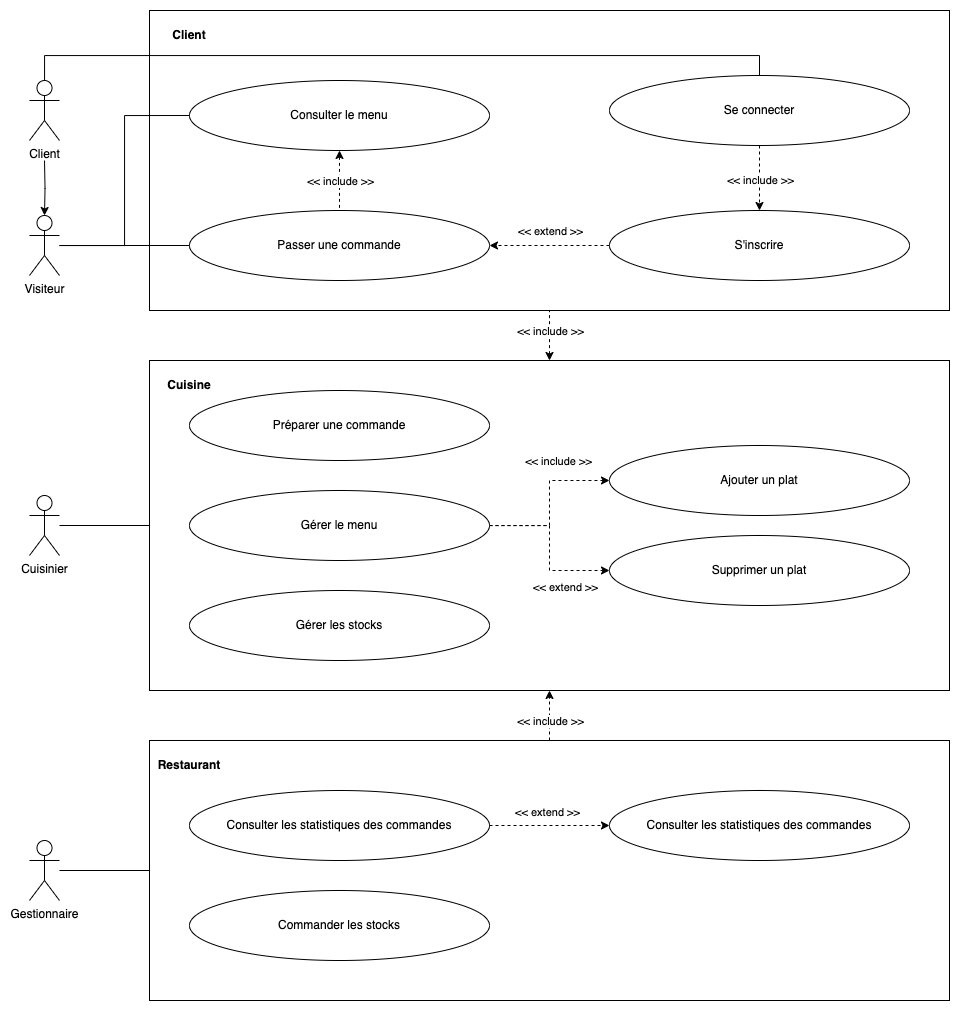
Above: Semaine 1 - UML/images/02-example.png in nicolasvauchenet/cours_methodologie (draw.io), before the change. Source tidied: cells renumbered, new cells last; positions are measured from the earlier drawing's top-left corner, leaving out a move shared by most shapes. Its diagram source:
```xml
<mxGraphModel>
  <root>
    <mxCell id="0" />
    <mxCell id="1" parent="0" />
    <mxCell id="2" style="edgeStyle=orthogonalEdgeStyle;rounded=0;jettySize=auto;html=1;exitX=0.5;exitY=0;exitDx=0;exitDy=0;entryX=0.5;entryY=1;entryDx=0;entryDy=0;dashed=1;" parent="1" edge="1" source="3" target="5">
      <mxGeometry relative="1" as="geometry" />
    </mxCell>
    <mxCell id="3" style="rounded=0;whiteSpace=wrap;html=1;" parent="1" vertex="1">
      <mxGeometry x="120" y="730" width="800" height="260" as="geometry" />
    </mxCell>
    <mxCell id="4" style="edgeStyle=orthogonalEdgeStyle;rounded=0;jettySize=auto;html=1;exitX=0.5;exitY=0;exitDx=0;exitDy=0;entryX=0.5;entryY=1;entryDx=0;entryDy=0;dashed=1;startArrow=classic;startFill=1;endArrow=none;endFill=0;" parent="1" edge="1" source="5" target="6">
      <mxGeometry relative="1" as="geometry" />
    </mxCell>
    <mxCell id="5" style="rounded=0;whiteSpace=wrap;html=1;" parent="1" vertex="1">
      <mxGeometry x="120" y="350" width="800" height="330" as="geometry" />
    </mxCell>
    <mxCell id="6" style="rounded=0;whiteSpace=wrap;html=1;" parent="1" vertex="1">
      <mxGeometry x="120" width="800" height="300" as="geometry" />
    </mxCell>
    <mxCell id="7" style="edgeStyle=orthogonalEdgeStyle;rounded=0;jettySize=auto;html=1;entryX=0;entryY=0.5;entryDx=0;entryDy=0;endArrow=none;endFill=0;" parent="1" edge="1" source="8" target="3">
      <mxGeometry relative="1" as="geometry" />
    </mxCell>
    <mxCell id="8" value="Gestionnaire" style="shape=umlActor;verticalLabelPosition=bottom;verticalAlign=top;html=1;outlineConnect=0;" parent="1" vertex="1">
      <mxGeometry y="830" width="30" height="60" as="geometry" />
    </mxCell>
    <mxCell id="9" style="edgeStyle=orthogonalEdgeStyle;rounded=0;jettySize=auto;html=1;entryX=0;entryY=0.5;entryDx=0;entryDy=0;endArrow=none;endFill=0;" parent="1" edge="1" source="10" target="5">
      <mxGeometry relative="1" as="geometry" />
    </mxCell>
    <mxCell id="10" value="Cuisinier" style="shape=umlActor;verticalLabelPosition=bottom;verticalAlign=top;html=1;outlineConnect=0;" parent="1" vertex="1">
      <mxGeometry y="485" width="30" height="60" as="geometry" />
    </mxCell>
    <mxCell id="11" style="edgeStyle=orthogonalEdgeStyle;rounded=0;jettySize=auto;html=1;entryX=0.5;entryY=0;entryDx=0;entryDy=0;endArrow=none;endFill=0;" parent="1" edge="1" source="12" target="45">
      <mxGeometry relative="1" as="geometry">
        <Array as="points">
          <mxPoint x="15" y="45" />
          <mxPoint x="730" y="45" />
        </Array>
      </mxGeometry>
    </mxCell>
    <mxCell id="12" value="Client" style="shape=umlActor;verticalLabelPosition=bottom;verticalAlign=top;html=1;outlineConnect=0;" parent="1" vertex="1">
      <mxGeometry y="70" width="30" height="60" as="geometry" />
    </mxCell>
    <mxCell id="13" style="edgeStyle=orthogonalEdgeStyle;rounded=0;jettySize=auto;html=1;dashed=1;startArrow=classic;startFill=1;endArrow=none;endFill=0;" parent="1" edge="1" source="15" target="19">
      <mxGeometry relative="1" as="geometry" />
    </mxCell>
    <mxCell id="14" value="&amp;lt;&amp;lt; include &amp;gt;&amp;gt;" style="edgeLabel;html=1;align=center;verticalAlign=middle;" parent="13" vertex="1">
      <mxGeometry x="-0.46" y="4" relative="1" as="geometry">
        <mxPoint x="-4" y="14" as="offset" />
      </mxGeometry>
    </mxCell>
    <mxCell id="15" value="Consulter le menu" style="ellipse;whiteSpace=wrap;html=1;" parent="1" vertex="1">
      <mxGeometry x="160" y="70" width="300" height="70" as="geometry" />
    </mxCell>
    <mxCell id="16" style="edgeStyle=orthogonalEdgeStyle;rounded=0;jettySize=auto;html=1;entryX=1;entryY=0.5;entryDx=0;entryDy=0;dashed=1;" parent="1" edge="1" source="18" target="19">
      <mxGeometry relative="1" as="geometry" />
    </mxCell>
    <mxCell id="17" value="&amp;lt;&amp;lt; extend &amp;gt;&amp;gt;" style="edgeLabel;html=1;align=center;verticalAlign=middle;" parent="16" vertex="1">
      <mxGeometry x="-0.05" relative="1" as="geometry">
        <mxPoint x="-3" y="-15" as="offset" />
      </mxGeometry>
    </mxCell>
    <mxCell id="18" value="S'inscrire" style="ellipse;whiteSpace=wrap;html=1;" parent="1" vertex="1">
      <mxGeometry x="580" y="200" width="300" height="70" as="geometry" />
    </mxCell>
    <mxCell id="19" value="Passer une commande" style="ellipse;whiteSpace=wrap;html=1;" parent="1" vertex="1">
      <mxGeometry x="160" y="200" width="300" height="70" as="geometry" />
    </mxCell>
    <mxCell id="20" style="edgeStyle=orthogonalEdgeStyle;rounded=0;jettySize=auto;html=1;entryX=0;entryY=0.5;entryDx=0;entryDy=0;dashed=1;" parent="1" edge="1" source="23" target="28">
      <mxGeometry relative="1" as="geometry" />
    </mxCell>
    <mxCell id="21" value="&amp;lt;&amp;lt; include &amp;gt;&amp;gt;" style="edgeLabel;html=1;align=center;verticalAlign=middle;" parent="20" vertex="1">
      <mxGeometry x="-0.44" relative="1" as="geometry">
        <mxPoint x="23" y="-65" as="offset" />
      </mxGeometry>
    </mxCell>
    <mxCell id="22" style="edgeStyle=orthogonalEdgeStyle;rounded=0;jettySize=auto;html=1;entryX=0;entryY=0.5;entryDx=0;entryDy=0;dashed=1;" parent="1" edge="1" source="23" target="29">
      <mxGeometry relative="1" as="geometry" />
    </mxCell>
    <mxCell id="23" value="Gérer le menu" style="ellipse;whiteSpace=wrap;html=1;" parent="1" vertex="1">
      <mxGeometry x="160" y="480" width="300" height="70" as="geometry" />
    </mxCell>
    <mxCell id="24" value="Préparer une commande" style="ellipse;whiteSpace=wrap;html=1;" parent="1" vertex="1">
      <mxGeometry x="160" y="380" width="300" height="70" as="geometry" />
    </mxCell>
    <mxCell id="25" style="edgeStyle=orthogonalEdgeStyle;rounded=0;jettySize=auto;html=1;exitX=1;exitY=0.5;exitDx=0;exitDy=0;entryX=0;entryY=0.5;entryDx=0;entryDy=0;dashed=1;" parent="1" edge="1" source="26" target="35">
      <mxGeometry relative="1" as="geometry" />
    </mxCell>
    <mxCell id="26" value="Consulter les statistiques des commandes" style="ellipse;whiteSpace=wrap;html=1;" parent="1" vertex="1">
      <mxGeometry x="160" y="780" width="300" height="70" as="geometry" />
    </mxCell>
    <mxCell id="27" value="&lt;b&gt;Client&lt;/b&gt;" style="text;html=1;align=center;verticalAlign=middle;whiteSpace=wrap;rounded=0;" parent="1" vertex="1">
      <mxGeometry x="130" y="10" width="60" height="30" as="geometry" />
    </mxCell>
    <mxCell id="28" value="Ajouter un plat" style="ellipse;whiteSpace=wrap;html=1;" parent="1" vertex="1">
      <mxGeometry x="580" y="435" width="300" height="70" as="geometry" />
    </mxCell>
    <mxCell id="29" value="Supprimer un plat" style="ellipse;whiteSpace=wrap;html=1;" parent="1" vertex="1">
      <mxGeometry x="580" y="525" width="300" height="70" as="geometry" />
    </mxCell>
    <mxCell id="30" value="&amp;lt;&amp;lt; extend &amp;gt;&amp;gt;" style="edgeLabel;html=1;align=center;verticalAlign=middle;" parent="1" vertex="1">
      <mxGeometry x="540" y="455" as="geometry">
        <mxPoint x="-5" y="121" as="offset" />
      </mxGeometry>
    </mxCell>
    <mxCell id="31" value="&lt;b&gt;Cuisine&lt;/b&gt;" style="text;html=1;align=center;verticalAlign=middle;whiteSpace=wrap;rounded=0;" parent="1" vertex="1">
      <mxGeometry x="130" y="360" width="60" height="30" as="geometry" />
    </mxCell>
    <mxCell id="32" value="&lt;b&gt;Restaurant&lt;/b&gt;" style="text;html=1;align=center;verticalAlign=middle;whiteSpace=wrap;rounded=0;" parent="1" vertex="1">
      <mxGeometry x="130" y="740" width="60" height="30" as="geometry" />
    </mxCell>
    <mxCell id="33" value="Commander les stocks" style="ellipse;whiteSpace=wrap;html=1;" parent="1" vertex="1">
      <mxGeometry x="160" y="880" width="300" height="70" as="geometry" />
    </mxCell>
    <mxCell id="34" value="Gérer les stocks" style="ellipse;whiteSpace=wrap;html=1;" parent="1" vertex="1">
      <mxGeometry x="160" y="580" width="300" height="70" as="geometry" />
    </mxCell>
    <mxCell id="35" value="Consulter les statistiques des commandes" style="ellipse;whiteSpace=wrap;html=1;" parent="1" vertex="1">
      <mxGeometry x="580" y="780" width="300" height="70" as="geometry" />
    </mxCell>
    <mxCell id="36" value="&amp;lt;&amp;lt; extend &amp;gt;&amp;gt;" style="edgeLabel;html=1;align=center;verticalAlign=middle;" parent="1" vertex="1">
      <mxGeometry x="520" y="550" as="geometry">
        <mxPoint x="-3" y="251" as="offset" />
      </mxGeometry>
    </mxCell>
    <mxCell id="37" value="&amp;lt;&amp;lt; include &amp;gt;&amp;gt;" style="edgeLabel;html=1;align=center;verticalAlign=middle;" parent="1" vertex="1">
      <mxGeometry x="520" y="320" as="geometry" />
    </mxCell>
    <mxCell id="38" value="&amp;lt;&amp;lt; include &amp;gt;&amp;gt;" style="edgeLabel;html=1;align=center;verticalAlign=middle;" parent="1" vertex="1">
      <mxGeometry x="520" y="710" as="geometry" />
    </mxCell>
    <mxCell id="39" style="edgeStyle=orthogonalEdgeStyle;rounded=0;jettySize=auto;html=1;entryX=0;entryY=0.5;entryDx=0;entryDy=0;endArrow=none;endFill=0;" parent="1" edge="1" source="41" target="19">
      <mxGeometry relative="1" as="geometry" />
    </mxCell>
    <mxCell id="40" style="edgeStyle=orthogonalEdgeStyle;rounded=0;jettySize=auto;html=1;entryX=0;entryY=0.5;entryDx=0;entryDy=0;endArrow=none;endFill=0;" parent="1" edge="1" source="41" target="15">
      <mxGeometry relative="1" as="geometry" />
    </mxCell>
    <mxCell id="41" value="Visiteur" style="shape=umlActor;verticalLabelPosition=bottom;verticalAlign=top;html=1;outlineConnect=0;" parent="1" vertex="1">
      <mxGeometry y="205" width="30" height="60" as="geometry" />
    </mxCell>
    <mxCell id="42" style="edgeStyle=orthogonalEdgeStyle;rounded=0;jettySize=auto;html=1;entryX=0.5;entryY=0;entryDx=0;entryDy=0;entryPerimeter=0;" parent="1" edge="1" target="41">
      <mxGeometry relative="1" as="geometry">
        <mxPoint x="15" y="150" as="sourcePoint" />
      </mxGeometry>
    </mxCell>
    <mxCell id="43" style="edgeStyle=orthogonalEdgeStyle;rounded=0;jettySize=auto;html=1;entryX=0.5;entryY=0;entryDx=0;entryDy=0;dashed=1;" parent="1" edge="1" source="45" target="18">
      <mxGeometry relative="1" as="geometry" />
    </mxCell>
    <mxCell id="44" value="&amp;lt;&amp;lt; include &amp;gt;&amp;gt;" style="edgeLabel;html=1;align=center;verticalAlign=middle;" parent="43" vertex="1">
      <mxGeometry x="0.34" y="-2" relative="1" as="geometry">
        <mxPoint x="2" y="-9" as="offset" />
      </mxGeometry>
    </mxCell>
    <mxCell id="45" value="Se connecter" style="ellipse;whiteSpace=wrap;html=1;" parent="1" vertex="1">
      <mxGeometry x="580" y="65" width="300" height="70" as="geometry" />
    </mxCell>
  </root>
</mxGraphModel>
```
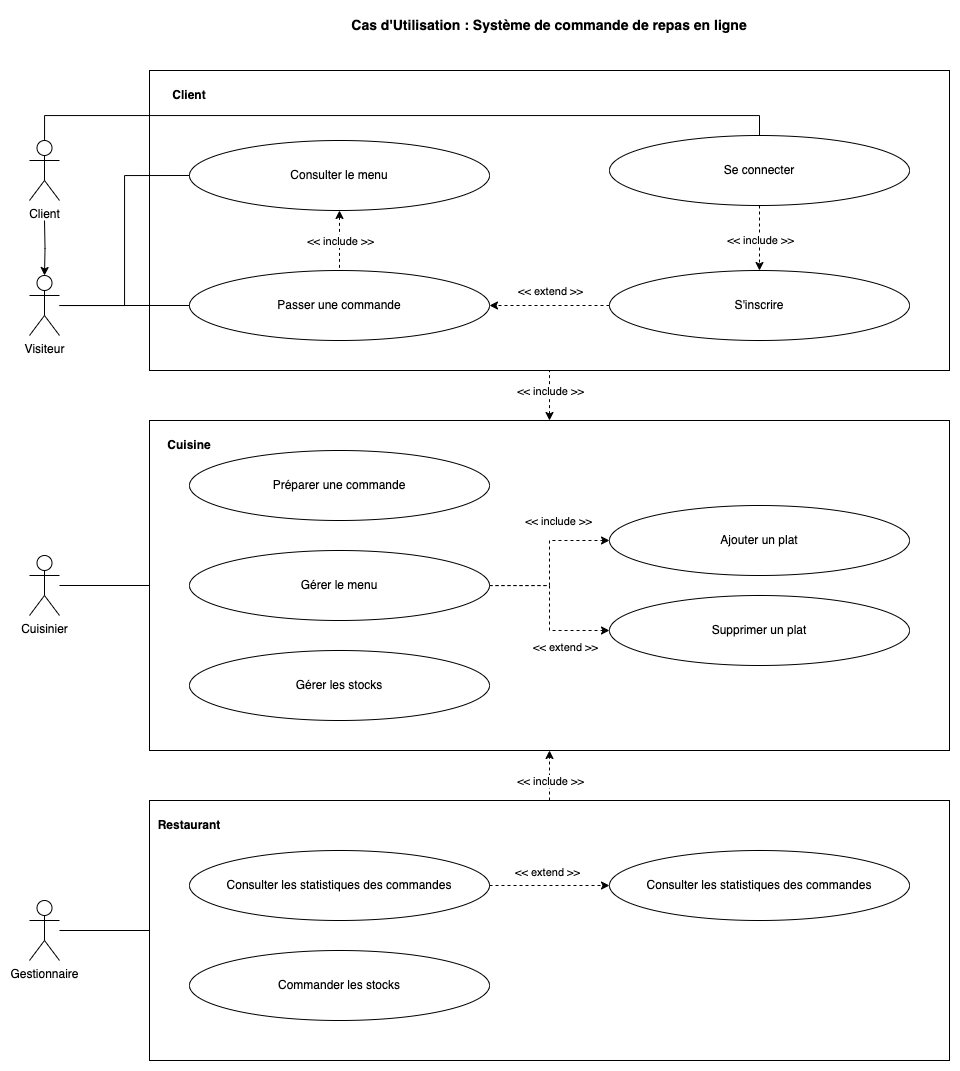
The same diagram one commit later.

Commit message:
UML - Use Case - OK

Diff of the diagram source:
```diff
@@ -153,5 +153,8 @@
     <mxCell id="45" value="Se connecter" style="ellipse;whiteSpace=wrap;html=1;" parent="1" vertex="1">
       <mxGeometry x="580" y="65" width="300" height="70" as="geometry" />
     </mxCell>
+    <mxCell id="46" value="&lt;b style=&quot;font-size: 14px;&quot;&gt;Cas d'Utilisation : Système de commande de repas en ligne&lt;/b&gt;" style="text;html=1;align=center;verticalAlign=middle;whiteSpace=wrap;rounded=0;fontSize=14;" parent="1" vertex="1">
+      <mxGeometry x="320" y="-60" width="400" height="30" as="geometry" />
+    </mxCell>
   </root>
 </mxGraphModel>
```
